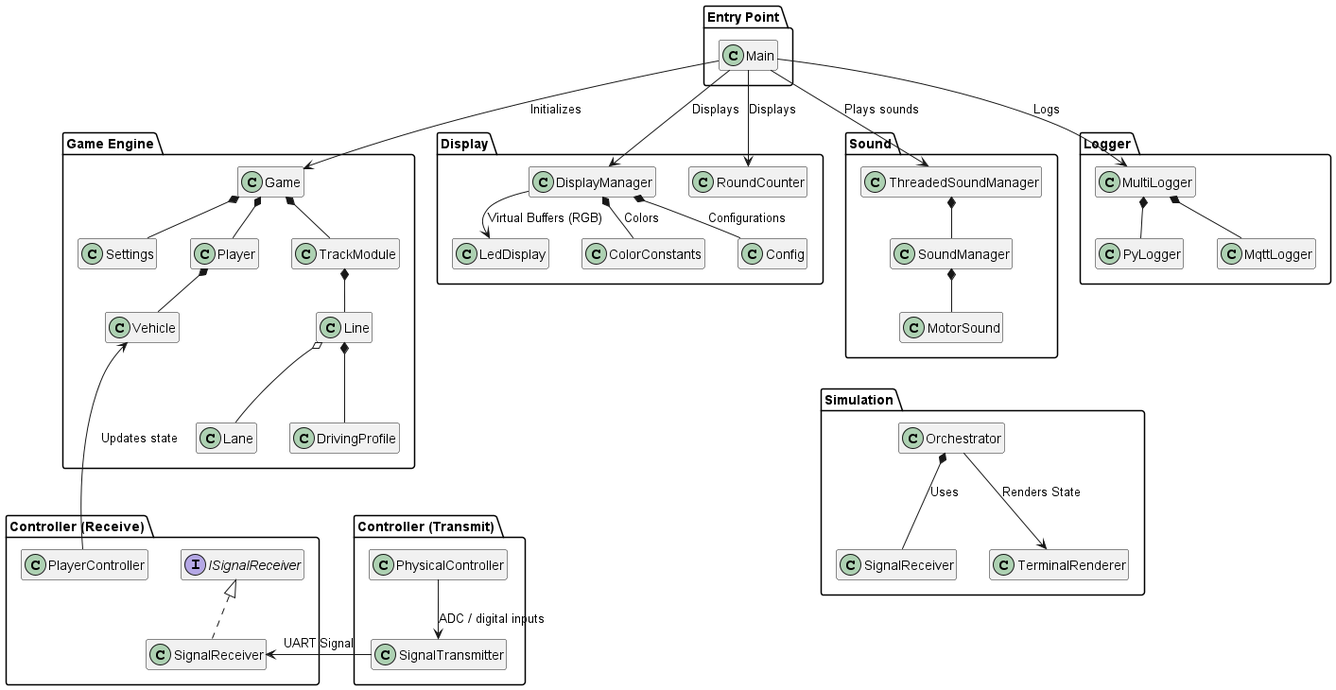
Earlier version of the PlantUML export docs/diagrams/out/game-engine/game-engine.png (s-voelkl/LumenTrace).
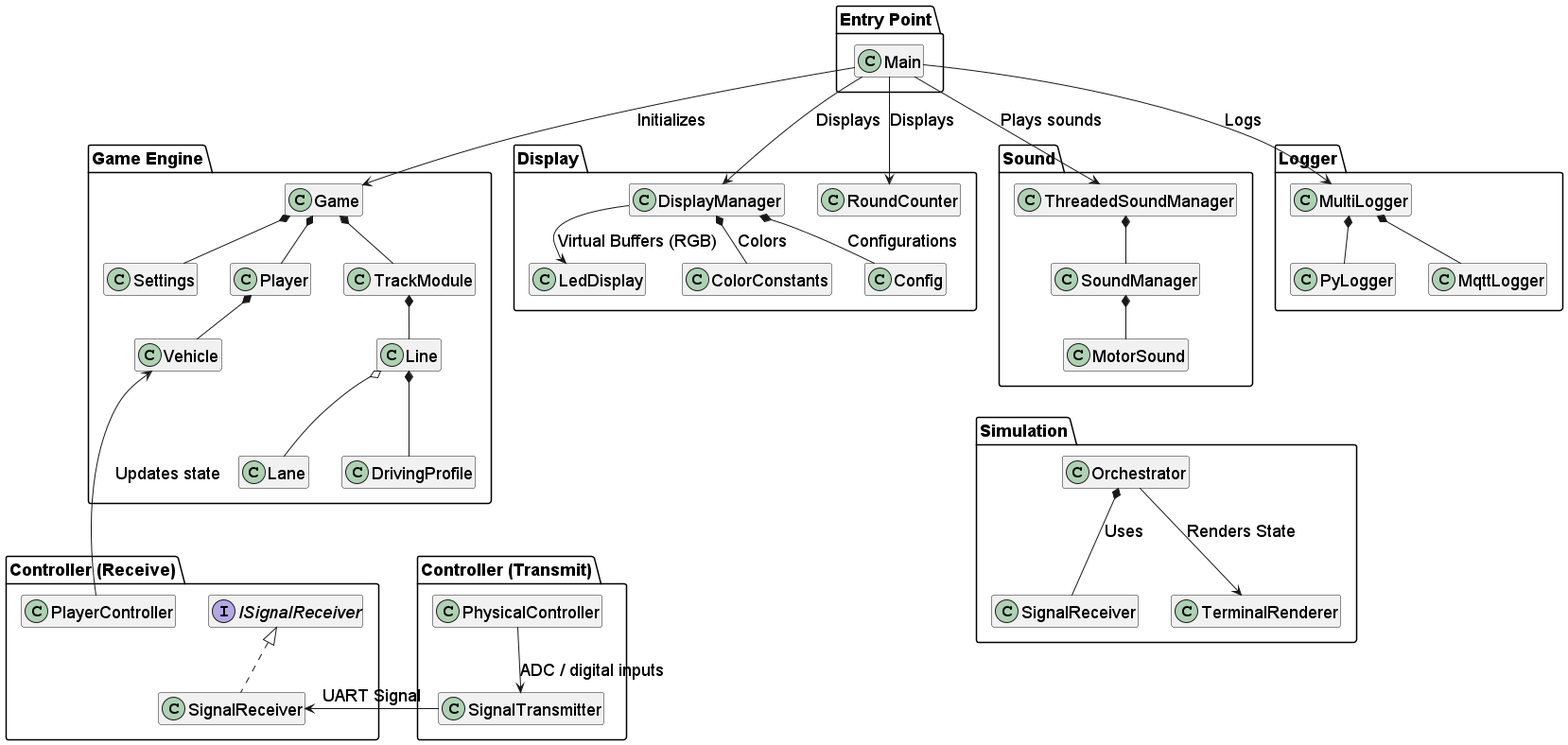
Above is the later version.

What changed in the source:
```diff
@@ -1,9 +1,10 @@
-@startuml
+@startuml game-engine
 skinparam componentStyle uml2
 hide members
 top to bottom direction
 skinparam nodesep 35
 skinparam ranksep 25
+skinparam defaultFontSize 18
 
 package "Controller (Transmit)" {
   class "SignalTransmitter" as SignalTransmitter
```
